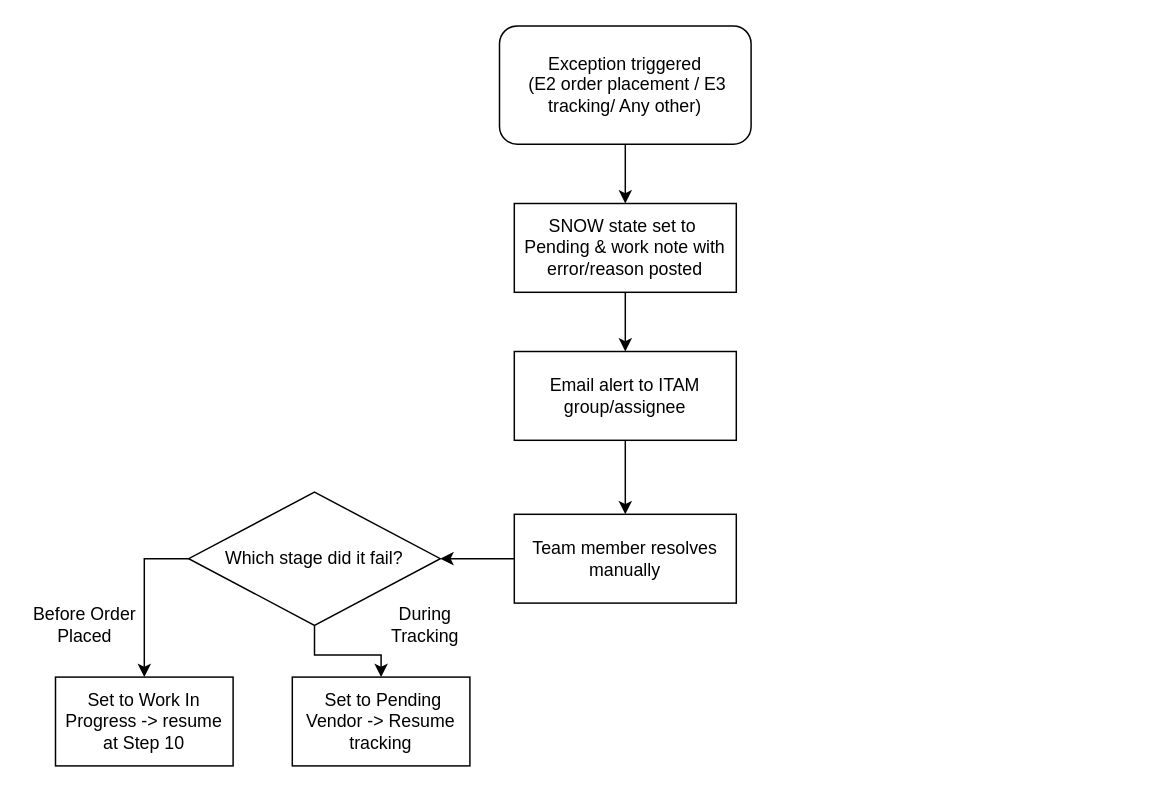
skunduam/draw.io-diagrams keeps this draw.io diagram as Exception Handling.drawio. Above is the earlier version. Source tidied: cells renumbered, new cells numbered last; positions are measured from the earlier drawing's top-left corner, leaving out a move shared by most shapes. Both pictures are drawn from the tidied source at 148%, with x=0, y=0 at pixel (25, 25).
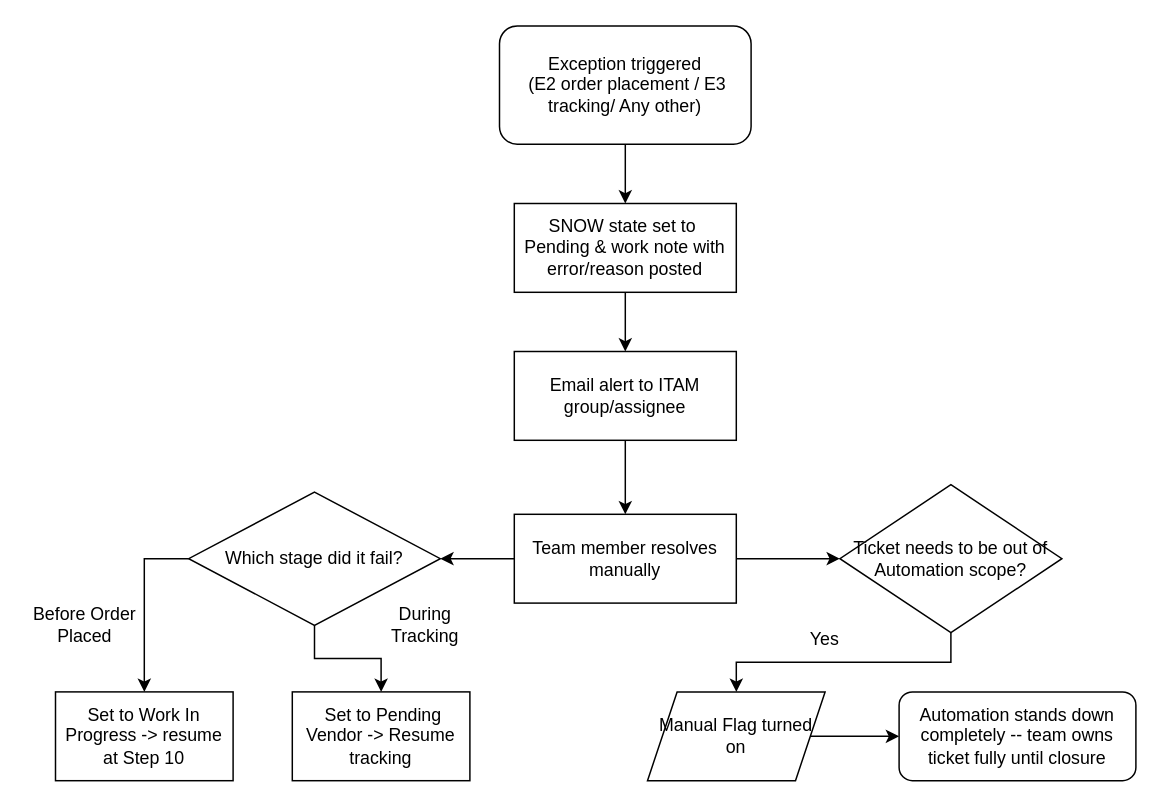
Above is the later version.

Unchanged cells that the change refers to:
```xml
<mxCell id="9" value="Team member resolves manually" style="rounded=0;whiteSpace=wrap;html=1;" parent="1" vertex="1">
  <mxGeometry x="330" y="330" width="150" height="60" as="geometry" />
</mxCell>
```

The edit, as a diff of the source:
```diff
@@
+    <mxCell id="17" style="edgeStyle=orthogonalEdgeStyle;rounded=0;jettySize=auto;html=1;" parent="1" edge="1" source="9" target="19">
+      <mxGeometry relative="1" as="geometry" />
+    </mxCell>
@@
     <mxCell id="13" value="Set to Work In Progress -&amp;gt; resume at Step 10" style="rounded=0;whiteSpace=wrap;html=1;" parent="1" vertex="1">
-      <mxGeometry x="20" y="440" width="120" height="60" as="geometry" />
+      <mxGeometry x="20" y="450" width="120" height="60" as="geometry" />
     </mxCell>
@@
     <mxCell id="15" value="&amp;nbsp;Set to Pending Vendor -&amp;gt; Resume tracking" style="whiteSpace=wrap;html=1;rounded=0;" parent="1" vertex="1">
-      <mxGeometry x="180" y="440" width="120" height="60" as="geometry" />
+      <mxGeometry x="180" y="450" width="120" height="60" as="geometry" />
     </mxCell>
@@
+    <mxCell id="18" style="edgeStyle=orthogonalEdgeStyle;rounded=0;jettySize=auto;html=1;exitX=0.5;exitY=1;exitDx=0;exitDy=0;entryX=0.5;entryY=0;entryDx=0;entryDy=0;" parent="1" edge="1" source="19" target="21">
+      <mxGeometry relative="1" as="geometry" />
+    </mxCell>
+    <mxCell id="19" value="Ticket needs to be out of Automation scope?" style="rhombus;whiteSpace=wrap;html=1;shapeInside=1;rounded=0;" parent="1" vertex="1">
+      <mxGeometry x="550" y="310" width="150" height="100" as="geometry" />
+    </mxCell>
+    <mxCell id="20" style="edgeStyle=orthogonalEdgeStyle;rounded=0;jettySize=auto;html=1;" parent="1" edge="1" source="21" target="22">
+      <mxGeometry relative="1" as="geometry" />
+    </mxCell>
+    <mxCell id="21" value="Manual Flag turned on" style="shape=parallelogram;perimeter=parallelogramPerimeter;whiteSpace=wrap;html=1;shapeInside=1;fixedSize=1;" parent="1" vertex="1">
+      <mxGeometry x="420" y="450" width="120" height="60" as="geometry" />
+    </mxCell>
+    <mxCell id="22" value="Automation stands down completely -- team owns ticket fully until closure" style="rounded=1;whiteSpace=wrap;html=1;" parent="1" vertex="1">
+      <mxGeometry x="590" y="450" width="160" height="60" as="geometry" />
+    </mxCell>
+    <mxCell id="23" value="Yes" style="text;html=1;whiteSpace=wrap;strokeColor=none;fillColor=none;align=center;verticalAlign=middle;rounded=0;" parent="1" vertex="1">
+      <mxGeometry x="510" y="400" width="60" height="30" as="geometry" />
+    </mxCell>
```
